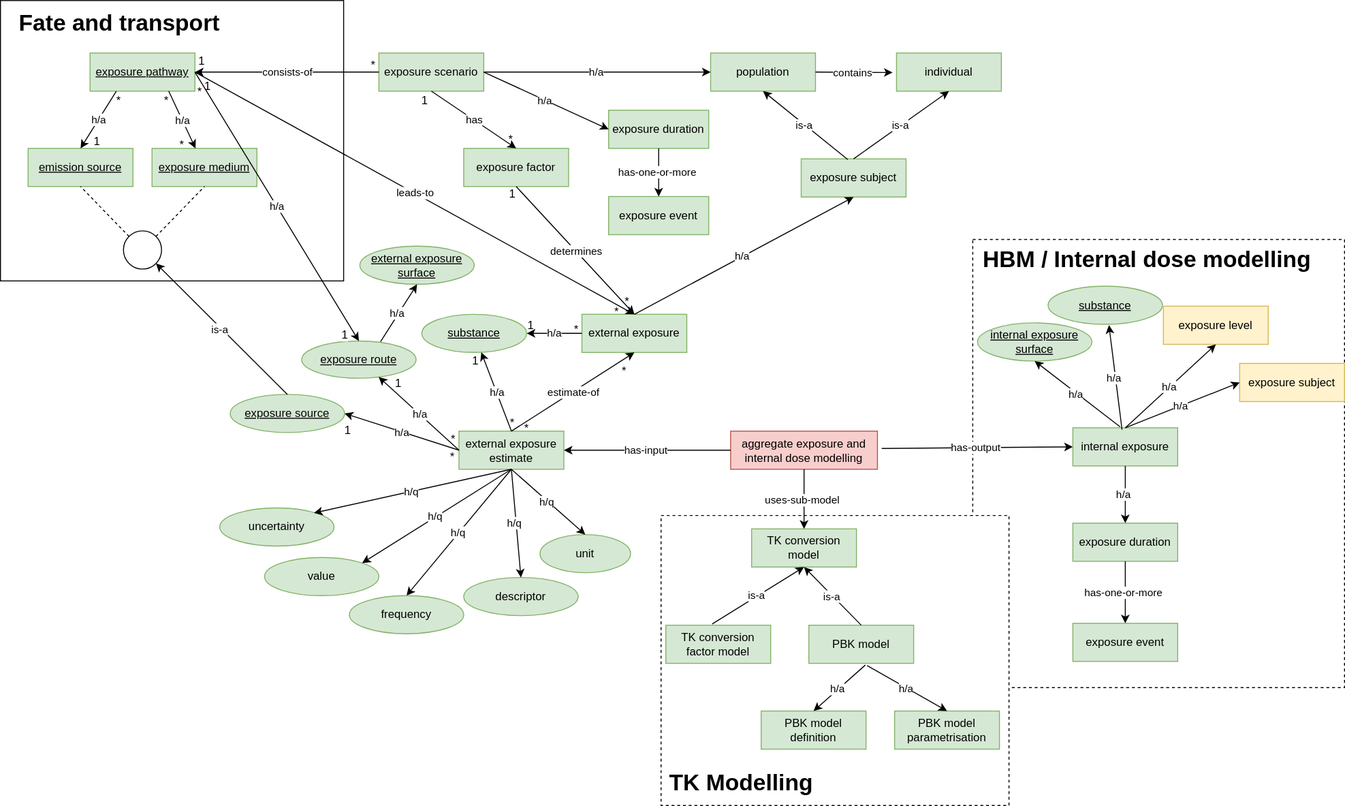
eu-parc/aggregate-exposure-modelling keeps this draw.io diagram as diagrams/aggregate-exposure-modelling.drawio.svg. Above is the earlier version. Source tidied: cells renumbered, new cells last; positions are measured from the earlier drawing's top-left corner, leaving out a move shared by most shapes.
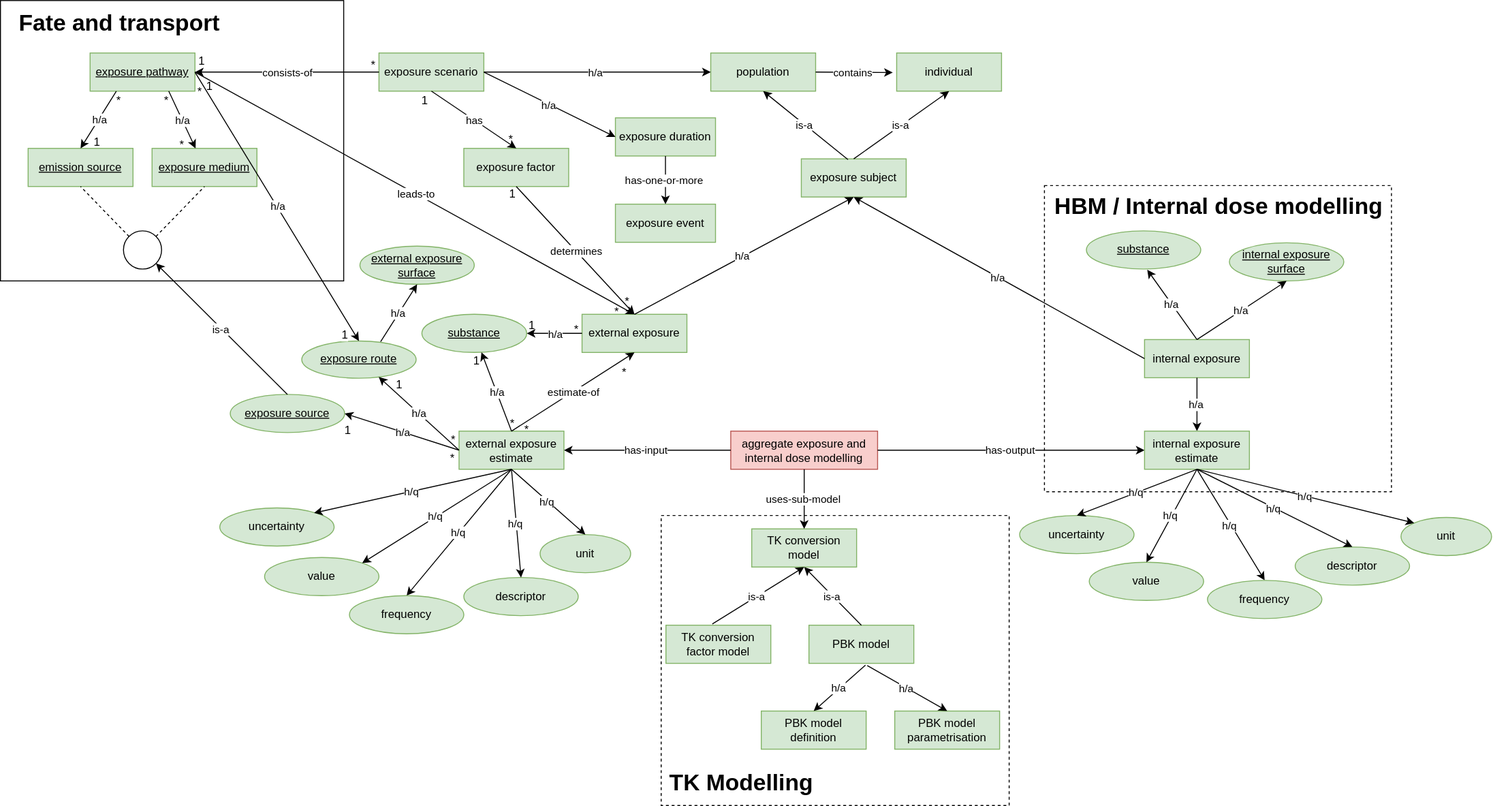
Later version of the same file.

Commit message:
Add sub-groups external and internal exposure estimate

What changed in the source:
```diff
@@ -6,7 +6,7 @@
       <mxGeometry width="360" height="294" as="geometry" />
     </mxCell>
     <mxCell id="3" style="rounded=0;whiteSpace=wrap;html=1;dashed=1;" parent="1" vertex="1">
-      <mxGeometry x="1020" y="250.5" width="390" height="470" as="geometry" />
+      <mxGeometry x="1095" y="194" width="364" height="321" as="geometry" />
     </mxCell>
     <mxCell id="4" style="rounded=0;whiteSpace=wrap;html=1;dashed=1;" parent="1" vertex="1">
       <mxGeometry x="693" y="540" width="365" height="304" as="geometry" />
@@ -18,7 +18,7 @@
       <mxGeometry x="766" y="451.5" width="154" height="40" as="geometry" />
     </mxCell>
     <mxCell id="7" value="internal exposure" style="rounded=0;whiteSpace=wrap;html=1;fillColor=#d5e8d4;strokeColor=#82b366;fontColor=#000000;" parent="1" vertex="1">
-      <mxGeometry x="1125" y="448" width="110" height="40" as="geometry" />
+      <mxGeometry x="1200" y="355.5" width="110" height="40" as="geometry" />
     </mxCell>
     <mxCell id="8" value="external exposure surface" style="ellipse;whiteSpace=wrap;html=1;fillColor=#d5e8d4;strokeColor=#82b366;fontStyle=4;fontColor=#000000;" parent="1" vertex="1">
       <mxGeometry x="377" y="257.5" width="120" height="40" as="geometry" />
@@ -39,14 +39,11 @@
       <mxGeometry x="230" y="532" width="120" height="40" as="geometry" />
     </mxCell>
     <mxCell id="14" value="internal exposure surface" style="ellipse;whiteSpace=wrap;html=1;fillColor=#d5e8d4;strokeColor=#82b366;fontStyle=4;fontColor=#000000;" parent="1" vertex="1">
-      <mxGeometry x="1025" y="338" width="120" height="40" as="geometry" />
+      <mxGeometry x="1289" y="254" width="120" height="40" as="geometry" />
     </mxCell>
     <mxCell id="15" value="substance" style="ellipse;whiteSpace=wrap;html=1;fillColor=#d5e8d4;strokeColor=#82b366;fontStyle=4;fontColor=#000000;" parent="1" vertex="1">
-      <mxGeometry x="1099" y="299.5" width="120" height="40" as="geometry" />
+      <mxGeometry x="1139" y="241.5" width="120" height="40" as="geometry" />
     </mxCell>
-    <mxCell id="16" value="exposure level" style="rounded=0;whiteSpace=wrap;html=1;fillColor=#fff2cc;strokeColor=#d6b656;fontColor=#000000;" parent="1" vertex="1">
-      <mxGeometry x="1220" y="320.5" width="110" height="40" as="geometry" />
-    </mxCell>
     <mxCell id="17" value="TK conversion model" style="rounded=0;whiteSpace=wrap;html=1;fillColor=#d5e8d4;strokeColor=#82b366;fontColor=#000000;" parent="1" vertex="1">
       <mxGeometry x="788" y="554" width="110" height="40" as="geometry" />
     </mxCell>
@@ -94,7 +91,7 @@
         <mxPoint x="-2" as="offset" />
       </mxGeometry>
     </mxCell>
-    <mxCell id="30" style="endArrow=classic;html=1;rounded=0;exitX=0.451;exitY=-0.026;exitDx=0;exitDy=0;entryX=0.5;entryY=1;entryDx=0;entryDy=0;exitPerimeter=0;" parent="1" edge="1" source="7" target="14">
+    <mxCell id="30" style="endArrow=classic;html=1;rounded=0;exitX=0.5;exitY=0;exitDx=0;exitDy=0;entryX=0.5;entryY=1;entryDx=0;entryDy=0;" parent="1" edge="1" source="7" target="14">
       <mxGeometry relative="1" as="geometry" />
     </mxCell>
     <mxCell id="31" value="h/a" style="edgeLabel;html=1;align=center;verticalAlign=middle;" parent="30" vertex="1">
@@ -102,7 +99,7 @@
         <mxPoint x="-2" as="offset" />
       </mxGeometry>
     </mxCell>
-    <mxCell id="32" style="endArrow=classic;html=1;rounded=0;exitX=0.469;exitY=0.048;exitDx=0;exitDy=0;entryX=0.532;entryY=1.02;entryDx=0;entryDy=0;exitPerimeter=0;entryPerimeter=0;" parent="1" edge="1" source="7" target="15">
+    <mxCell id="32" style="endArrow=classic;html=1;rounded=0;entryX=0.532;entryY=1.02;entryDx=0;entryDy=0;entryPerimeter=0;exitX=0.5;exitY=0;exitDx=0;exitDy=0;" parent="1" edge="1" source="7" target="15">
       <mxGeometry relative="1" as="geometry" />
     </mxCell>
     <mxCell id="33" value="h/a" style="edgeLabel;html=1;align=center;verticalAlign=middle;" parent="32" vertex="1">
@@ -110,14 +107,6 @@
         <mxPoint x="-2" as="offset" />
       </mxGeometry>
     </mxCell>
-    <mxCell id="34" style="endArrow=classic;html=1;rounded=0;exitX=0.5;exitY=0;exitDx=0;exitDy=0;entryX=0.5;entryY=1;entryDx=0;entryDy=0;" parent="1" edge="1" source="7" target="16">
-      <mxGeometry relative="1" as="geometry" />
-    </mxCell>
-    <mxCell id="35" value="h/a" style="edgeLabel;html=1;align=center;verticalAlign=middle;" parent="34" vertex="1">
-      <mxGeometry relative="1" as="geometry">
-        <mxPoint x="-2" as="offset" />
-      </mxGeometry>
-    </mxCell>
     <mxCell id="36" style="endArrow=classic;html=1;rounded=0;exitX=0;exitY=0.5;exitDx=0;exitDy=0;entryX=1;entryY=0.5;entryDx=0;entryDy=0;" parent="1" edge="1" source="6" target="9">
       <mxGeometry relative="1" as="geometry" />
     </mxCell>
@@ -126,7 +115,7 @@
         <mxPoint x="-2" as="offset" />
       </mxGeometry>
     </mxCell>
-    <mxCell id="38" style="endArrow=classic;html=1;rounded=0;exitX=1.029;exitY=0.455;exitDx=0;exitDy=0;entryX=0;entryY=0.5;entryDx=0;entryDy=0;exitPerimeter=0;" parent="1" edge="1" source="6" target="7">
+    <mxCell id="38" style="endArrow=classic;html=1;rounded=0;exitX=1;exitY=0.5;exitDx=0;exitDy=0;entryX=0;entryY=0.5;entryDx=0;entryDy=0;" parent="1" edge="1" source="6" target="148">
       <mxGeometry relative="1" as="geometry" />
     </mxCell>
     <mxCell id="39" value="has-output" style="edgeLabel;html=1;align=center;verticalAlign=middle;" parent="38" vertex="1">
@@ -219,10 +208,10 @@
       <mxGeometry x="10" y="9" width="230" height="30" as="geometry" />
     </mxCell>
     <mxCell id="62" value="exposure duration" style="rounded=0;whiteSpace=wrap;html=1;fillColor=#d5e8d4;strokeColor=#82b366;fontColor=#000000;" parent="1" vertex="1">
-      <mxGeometry x="638" y="115" width="105" height="40" as="geometry" />
+      <mxGeometry x="645" y="123" width="105" height="40" as="geometry" />
     </mxCell>
     <mxCell id="63" value="exposure event" style="rounded=0;whiteSpace=wrap;html=1;fillColor=#d5e8d4;strokeColor=#82b366;fontColor=#000000;" parent="1" vertex="1">
-      <mxGeometry x="638" y="205.5" width="105" height="40" as="geometry" />
+      <mxGeometry x="645" y="213.5" width="105" height="40" as="geometry" />
     </mxCell>
     <mxCell id="64" style="endArrow=classic;html=1;rounded=0;exitX=0.5;exitY=1;exitDx=0;exitDy=0;entryX=0.5;entryY=0;entryDx=0;entryDy=0;" parent="1" edge="1" source="62" target="63">
       <mxGeometry relative="1" as="geometry" />
@@ -235,10 +224,7 @@
     <mxCell id="66" value="substance" style="ellipse;whiteSpace=wrap;html=1;fillColor=#d5e8d4;strokeColor=#82b366;fontStyle=4;fontColor=#000000;" parent="1" vertex="1">
       <mxGeometry x="442" y="329" width="110" height="40" as="geometry" />
     </mxCell>
-    <mxCell id="67" value="exposure duration" style="rounded=0;whiteSpace=wrap;html=1;fillColor=#d5e8d4;strokeColor=#82b366;fontColor=#000000;" parent="1" vertex="1">
-      <mxGeometry x="1125" y="548" width="110" height="40" as="geometry" />
-    </mxCell>
-    <mxCell id="68" style="endArrow=classic;html=1;rounded=0;entryX=0.5;entryY=0;entryDx=0;entryDy=0;exitX=0.5;exitY=1;exitDx=0;exitDy=0;" parent="1" edge="1" source="7" target="67">
+    <mxCell id="68" style="endArrow=classic;html=1;rounded=0;entryX=0.5;entryY=0;entryDx=0;entryDy=0;exitX=0.5;exitY=1;exitDx=0;exitDy=0;" parent="1" edge="1" source="7" target="148">
       <mxGeometry relative="1" as="geometry" />
     </mxCell>
     <mxCell id="69" value="h/a" style="edgeLabel;html=1;align=center;verticalAlign=middle;" parent="68" vertex="1">
@@ -246,17 +232,6 @@
         <mxPoint x="-2" as="offset" />
       </mxGeometry>
     </mxCell>
-    <mxCell id="70" value="exposure event" style="rounded=0;whiteSpace=wrap;html=1;fillColor=#d5e8d4;strokeColor=#82b366;fontColor=#000000;" parent="1" vertex="1">
-      <mxGeometry x="1125" y="653" width="110" height="40" as="geometry" />
-    </mxCell>
-    <mxCell id="71" style="endArrow=classic;html=1;rounded=0;exitX=0.5;exitY=1;exitDx=0;exitDy=0;entryX=0.5;entryY=0;entryDx=0;entryDy=0;" parent="1" edge="1" source="67" target="70">
-      <mxGeometry relative="1" as="geometry" />
-    </mxCell>
-    <mxCell id="72" value="has-one-or-more" style="edgeLabel;html=1;align=center;verticalAlign=middle;" parent="71" vertex="1">
-      <mxGeometry relative="1" as="geometry">
-        <mxPoint x="-2" as="offset" />
-      </mxGeometry>
-    </mxCell>
     <mxCell id="73" style="endArrow=classic;html=1;rounded=0;exitX=1;exitY=0.5;exitDx=0;exitDy=0;entryX=-0.037;entryY=0.511;entryDx=0;entryDy=0;entryPerimeter=0;" parent="1" edge="1" source="42" target="43">
       <mxGeometry relative="1" as="geometry" />
     </mxCell>
@@ -269,12 +244,9 @@
       <mxGeometry x="700" y="806" width="210" height="30" as="geometry" />
     </mxCell>
     <mxCell id="76" value="&lt;b&gt;&lt;font style=&quot;font-size: 24px;&quot;&gt;HBM / Internal dose modelling&lt;/font&gt;&lt;/b&gt;" style="text;html=1;strokeColor=none;fillColor=none;align=left;verticalAlign=middle;whiteSpace=wrap;rounded=0;" parent="1" vertex="1">
-      <mxGeometry x="1029" y="257.5" width="365" height="30" as="geometry" />
+      <mxGeometry x="1104" y="200.5" width="365" height="30" as="geometry" />
     </mxCell>
-    <mxCell id="77" value="exposure subject" style="rounded=0;whiteSpace=wrap;html=1;fillColor=#fff2cc;strokeColor=#d6b656;" parent="1" vertex="1">
-      <mxGeometry x="1300" y="380.5" width="110" height="40" as="geometry" />
-    </mxCell>
-    <mxCell id="78" style="endArrow=classic;html=1;rounded=0;entryX=0;entryY=0.5;entryDx=0;entryDy=0;exitX=0.5;exitY=0;exitDx=0;exitDy=0;" parent="1" edge="1" source="7" target="77">
+    <mxCell id="78" style="endArrow=classic;html=1;rounded=0;entryX=0.5;entryY=1;entryDx=0;entryDy=0;exitX=0;exitY=0.5;exitDx=0;exitDy=0;" parent="1" edge="1" source="7" target="48">
       <mxGeometry relative="1" as="geometry" />
     </mxCell>
     <mxCell id="79" value="h/a" style="edgeLabel;html=1;align=center;verticalAlign=middle;" parent="78" vertex="1">
@@ -542,5 +514,63 @@
         <mxPoint x="-2" as="offset" />
       </mxGeometry>
     </mxCell>
+    <mxCell id="148" value="internal exposure estimate" style="rounded=0;whiteSpace=wrap;html=1;fillColor=#d5e8d4;strokeColor=#82b366;fontColor=#000000;" parent="1" vertex="1">
+      <mxGeometry x="1200" y="451.5" width="110" height="40" as="geometry" />
+    </mxCell>
+    <mxCell id="149" value="value" style="ellipse;whiteSpace=wrap;html=1;fillColor=#d5e8d4;strokeColor=#82b366;fontStyle=0;fontColor=#000000;" parent="1" vertex="1">
+      <mxGeometry x="1142" y="589" width="120" height="40" as="geometry" />
+    </mxCell>
+    <mxCell id="150" value="descriptor" style="ellipse;whiteSpace=wrap;html=1;fillColor=#d5e8d4;strokeColor=#82b366;fontStyle=0;fontColor=#000000;" parent="1" vertex="1">
+      <mxGeometry x="1358" y="573" width="120" height="40" as="geometry" />
+    </mxCell>
+    <mxCell id="151" value="unit" style="ellipse;whiteSpace=wrap;html=1;fillColor=#d5e8d4;strokeColor=#82b366;fontStyle=0;fontColor=#000000;" parent="1" vertex="1">
+      <mxGeometry x="1469" y="542" width="95" height="40" as="geometry" />
+    </mxCell>
+    <mxCell id="152" value="uncertainty" style="ellipse;whiteSpace=wrap;html=1;fillColor=#d5e8d4;strokeColor=#82b366;fontStyle=0;fontColor=#000000;" parent="1" vertex="1">
+      <mxGeometry x="1069" y="540" width="120" height="40" as="geometry" />
+    </mxCell>
+    <mxCell id="153" style="endArrow=classic;html=1;rounded=0;exitX=0.5;exitY=1;exitDx=0;exitDy=0;entryX=0.5;entryY=0;entryDx=0;entryDy=0;" parent="1" edge="1" source="148" target="149">
+      <mxGeometry relative="1" as="geometry" />
+    </mxCell>
+    <mxCell id="154" value="h/q" style="edgeLabel;html=1;align=center;verticalAlign=middle;" parent="153" vertex="1">
+      <mxGeometry relative="1" as="geometry">
+        <mxPoint x="-2" as="offset" />
+      </mxGeometry>
+    </mxCell>
+    <mxCell id="155" style="endArrow=classic;html=1;rounded=0;exitX=0.5;exitY=1;exitDx=0;exitDy=0;entryX=0.5;entryY=0;entryDx=0;entryDy=0;" parent="1" edge="1" source="148" target="152">
+      <mxGeometry relative="1" as="geometry" />
+    </mxCell>
+    <mxCell id="156" value="h/q" style="edgeLabel;html=1;align=center;verticalAlign=middle;" parent="155" vertex="1">
+      <mxGeometry relative="1" as="geometry">
+        <mxPoint x="-2" as="offset" />
+      </mxGeometry>
+    </mxCell>
+    <mxCell id="157" style="endArrow=classic;html=1;rounded=0;entryX=0.5;entryY=0;entryDx=0;entryDy=0;exitX=0.5;exitY=1;exitDx=0;exitDy=0;" parent="1" edge="1" source="148" target="150">
+      <mxGeometry relative="1" as="geometry" />
+    </mxCell>
+    <mxCell id="158" value="h/q" style="edgeLabel;html=1;align=center;verticalAlign=middle;" parent="157" vertex="1">
+      <mxGeometry relative="1" as="geometry">
+        <mxPoint x="-2" as="offset" />
+      </mxGeometry>
+    </mxCell>
+    <mxCell id="159" style="endArrow=classic;html=1;rounded=0;entryX=0;entryY=0;entryDx=0;entryDy=0;exitX=0.5;exitY=1;exitDx=0;exitDy=0;" parent="1" edge="1" source="148" target="151">
+      <mxGeometry relative="1" as="geometry" />
+    </mxCell>
+    <mxCell id="160" value="h/q" style="edgeLabel;html=1;align=center;verticalAlign=middle;" parent="159" vertex="1">
+      <mxGeometry relative="1" as="geometry">
+        <mxPoint x="-2" as="offset" />
+      </mxGeometry>
+    </mxCell>
+    <mxCell id="161" style="endArrow=classic;html=1;rounded=0;exitX=0.5;exitY=1;exitDx=0;exitDy=0;entryX=0.5;entryY=0;entryDx=0;entryDy=0;" parent="1" edge="1" source="148" target="163">
+      <mxGeometry relative="1" as="geometry" />
+    </mxCell>
+    <mxCell id="162" value="h/q" style="edgeLabel;html=1;align=center;verticalAlign=middle;" parent="161" vertex="1">
+      <mxGeometry relative="1" as="geometry">
+        <mxPoint x="-2" as="offset" />
+      </mxGeometry>
+    </mxCell>
+    <mxCell id="163" value="frequency" style="ellipse;whiteSpace=wrap;html=1;fillColor=#d5e8d4;strokeColor=#82b366;fontStyle=0;fontColor=#000000;" parent="1" vertex="1">
+      <mxGeometry x="1266" y="608" width="120" height="40" as="geometry" />
+    </mxCell>
   </root>
 </mxGraphModel>
```
